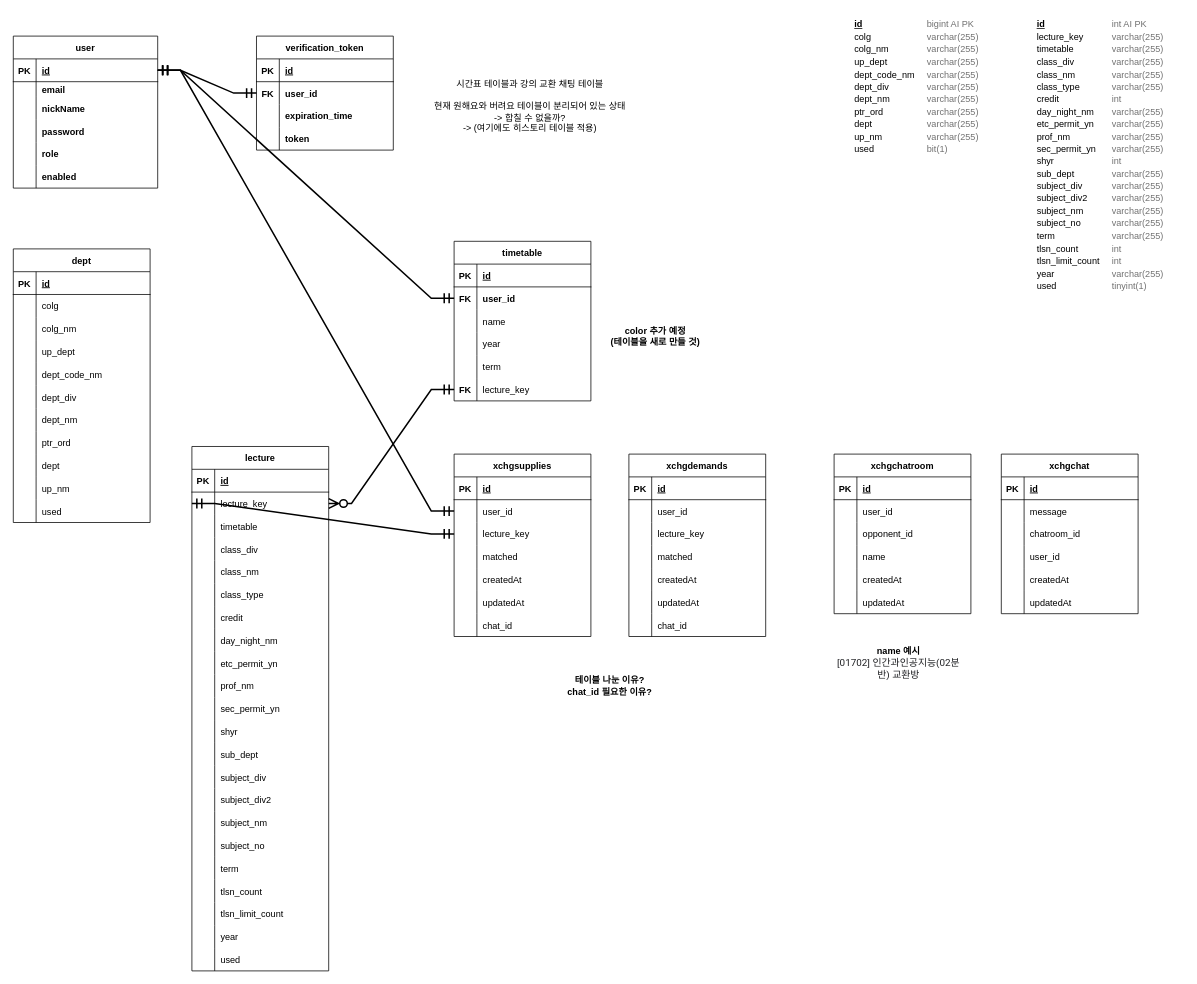
Before: Untitled Diagram.drawio in iju1633/uostime_springboot, a draw.io diagram. Source tidied: cells renumbered, new cells numbered last; positions are measured from the earlier drawing's top-left corner, leaving out a move shared by most shapes. Both pictures are drawn from the tidied source at 76%, with x=0, y=0 at pixel (13, 13).
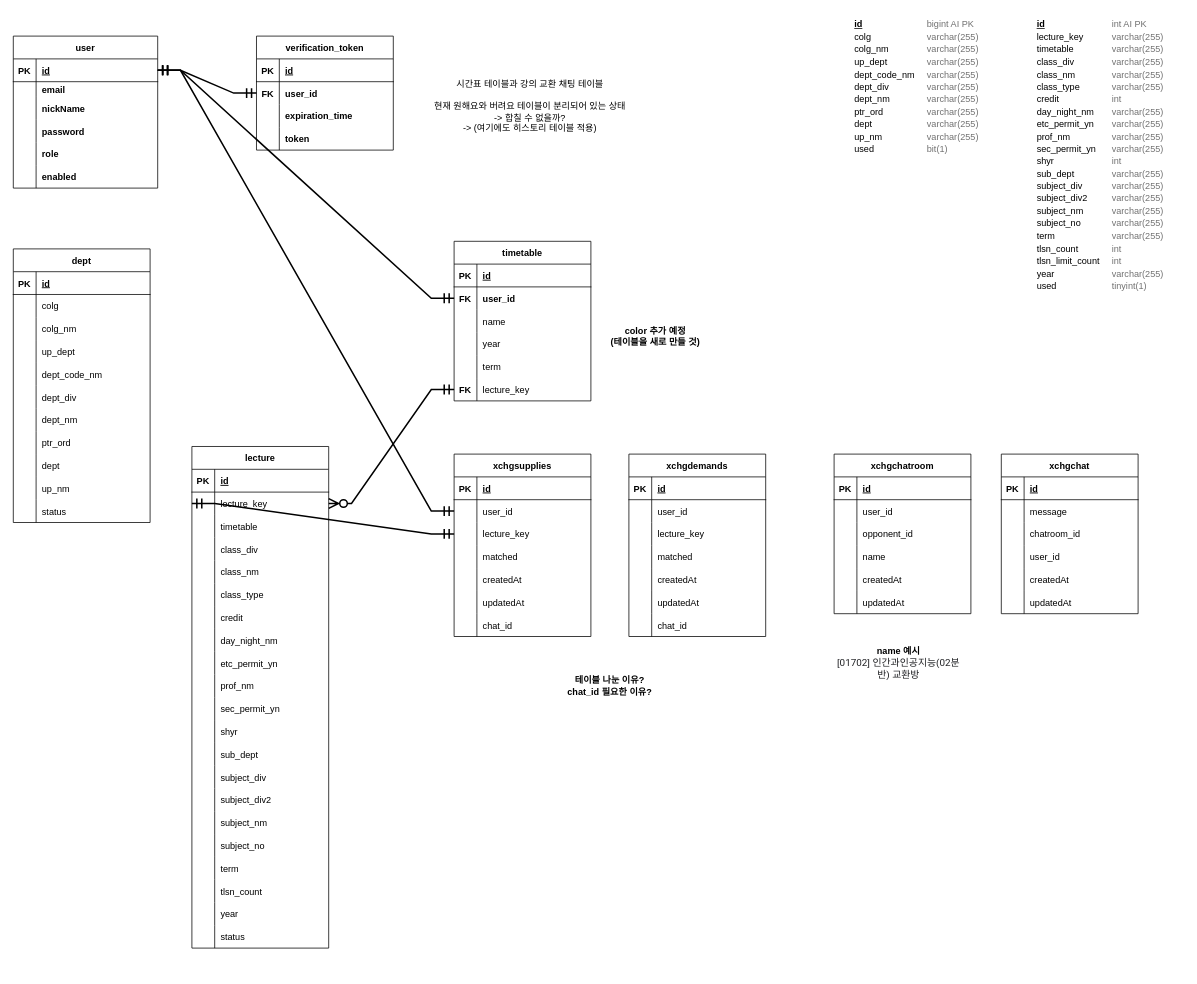
After the change.

Commit message:
used -> status, tlsn_limit_count 제거

The change refers to these unchanged cells:
```xml
<mxCell id="68" style="shape=tableRow;horizontal=0;startSize=0;swimlaneHead=0;swimlaneBody=0;fillColor=none;top=0;left=0;right=0;bottom=0;" parent="37" vertex="1">
  <mxGeometry y="330" width="180" height="30" as="geometry" />
</mxCell>
```

Diff of the diagram source:
```diff
@@
-    <mxCell id="70" value="used" style="shape=partialRectangle;fillColor=none;top=0;left=0;bottom=0;right=0;align=left;spacingLeft=6;overflow=hidden;" parent="68" vertex="1">
+    <mxCell id="70" value="status" style="shape=partialRectangle;fillColor=none;top=0;left=0;bottom=0;right=0;align=left;spacingLeft=6;overflow=hidden;" parent="68" vertex="1">
       <mxGeometry x="30" width="150" height="30" as="geometry" />
     </mxCell>
     <mxCell id="71" value="lecture" style="shape=table;startSize=30;childLayout=tableLayout;rowLines=0;fontStyle=1;align=center;" parent="1" vertex="1">
-      <mxGeometry x="235" y="570" width="180" height="690" as="geometry" />
+      <mxGeometry x="235" y="570" width="180" height="660" as="geometry" />
     </mxCell>
@@
-    <mxCell id="129" style="shape=tableRow;horizontal=0;startSize=0;swimlaneHead=0;swimlaneBody=0;fillColor=none;top=0;left=0;right=0;bottom=0;" parent="71" vertex="1">
-      <mxGeometry y="600" width="180" height="30" as="geometry" />
-    </mxCell>
-    <mxCell id="130" style="shape=partialRectangle;fillColor=none;top=0;left=0;bottom=0;right=0;overflow=hidden;" parent="129" vertex="1">
-      <mxGeometry width="30" height="30" as="geometry" />
-    </mxCell>
-    <mxCell id="131" value="tlsn_limit_count" style="shape=partialRectangle;fillColor=none;top=0;left=0;bottom=0;right=0;align=left;spacingLeft=6;overflow=hidden;" parent="129" vertex="1">
-      <mxGeometry x="30" width="150" height="30" as="geometry" />
-    </mxCell>
     <mxCell id="132" style="shape=tableRow;horizontal=0;startSize=0;swimlaneHead=0;swimlaneBody=0;fillColor=none;top=0;left=0;right=0;bottom=0;" parent="71" vertex="1">
-      <mxGeometry y="630" width="180" height="30" as="geometry" />
+      <mxGeometry y="600" width="180" height="30" as="geometry" />
     </mxCell>
@@
     <mxCell id="135" style="shape=tableRow;horizontal=0;startSize=0;swimlaneHead=0;swimlaneBody=0;fillColor=none;top=0;left=0;right=0;bottom=0;" parent="71" vertex="1">
-      <mxGeometry y="660" width="180" height="30" as="geometry" />
+      <mxGeometry y="630" width="180" height="30" as="geometry" />
     </mxCell>
@@
-    <mxCell id="137" value="used" style="shape=partialRectangle;fillColor=none;top=0;left=0;bottom=0;right=0;align=left;spacingLeft=6;overflow=hidden;" parent="135" vertex="1">
+    <mxCell id="137" value="status" style="shape=partialRectangle;fillColor=none;top=0;left=0;bottom=0;right=0;align=left;spacingLeft=6;overflow=hidden;" parent="135" vertex="1">
       <mxGeometry x="30" width="150" height="30" as="geometry" />
     </mxCell>
```
